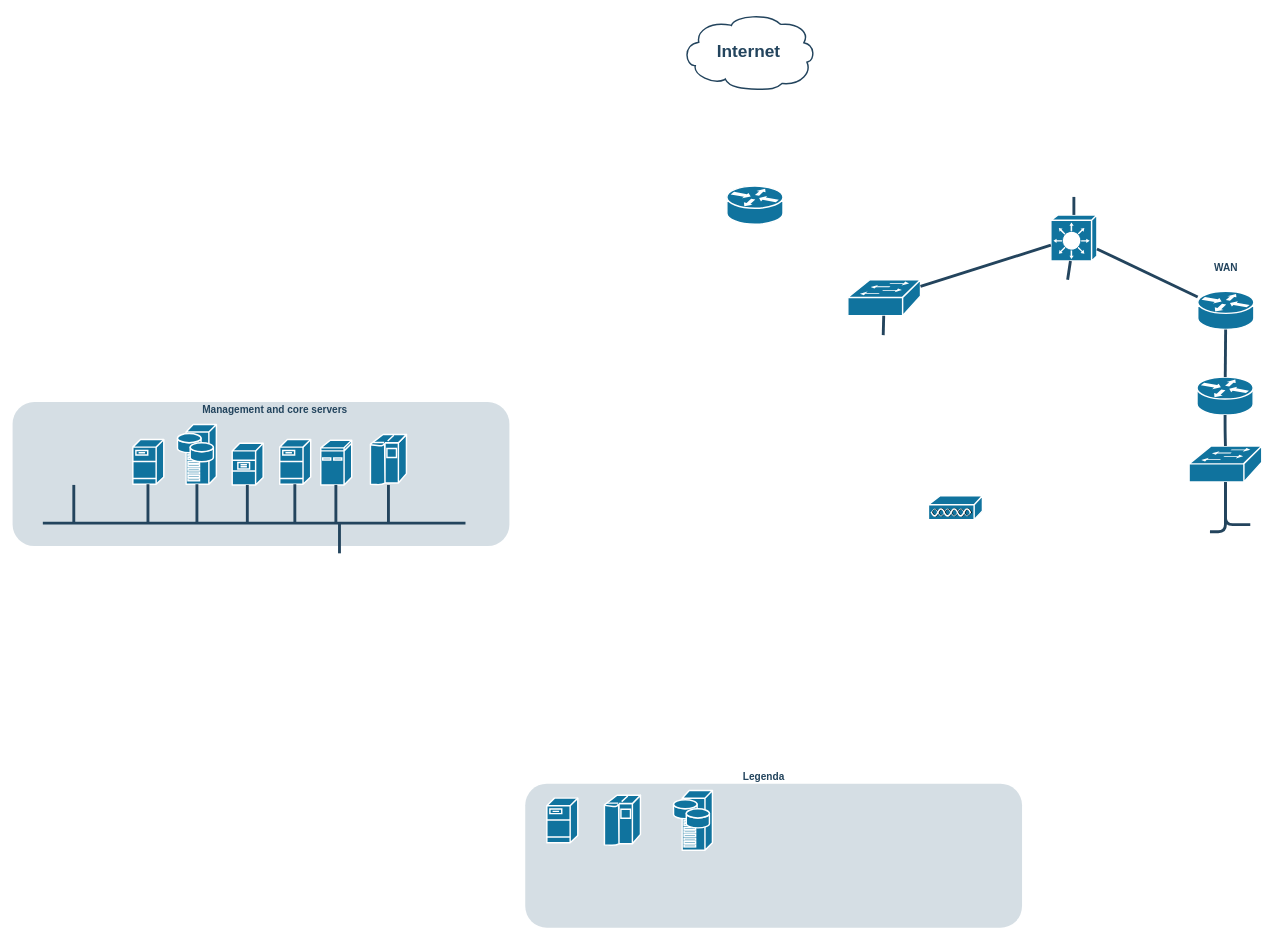
Dek-T1995/Draw.io-network-code-diagrams keeps this draw.io diagram as Diagram zonder titel.drawio. Above is the earlier version. Source tidied: cells renumbered, new cells numbered last; positions are measured from the earlier drawing's top-left corner, leaving out a move shared by most shapes. Both pictures are drawn from the tidied source at 72%, with x=0, y=0 at pixel (12, 13).
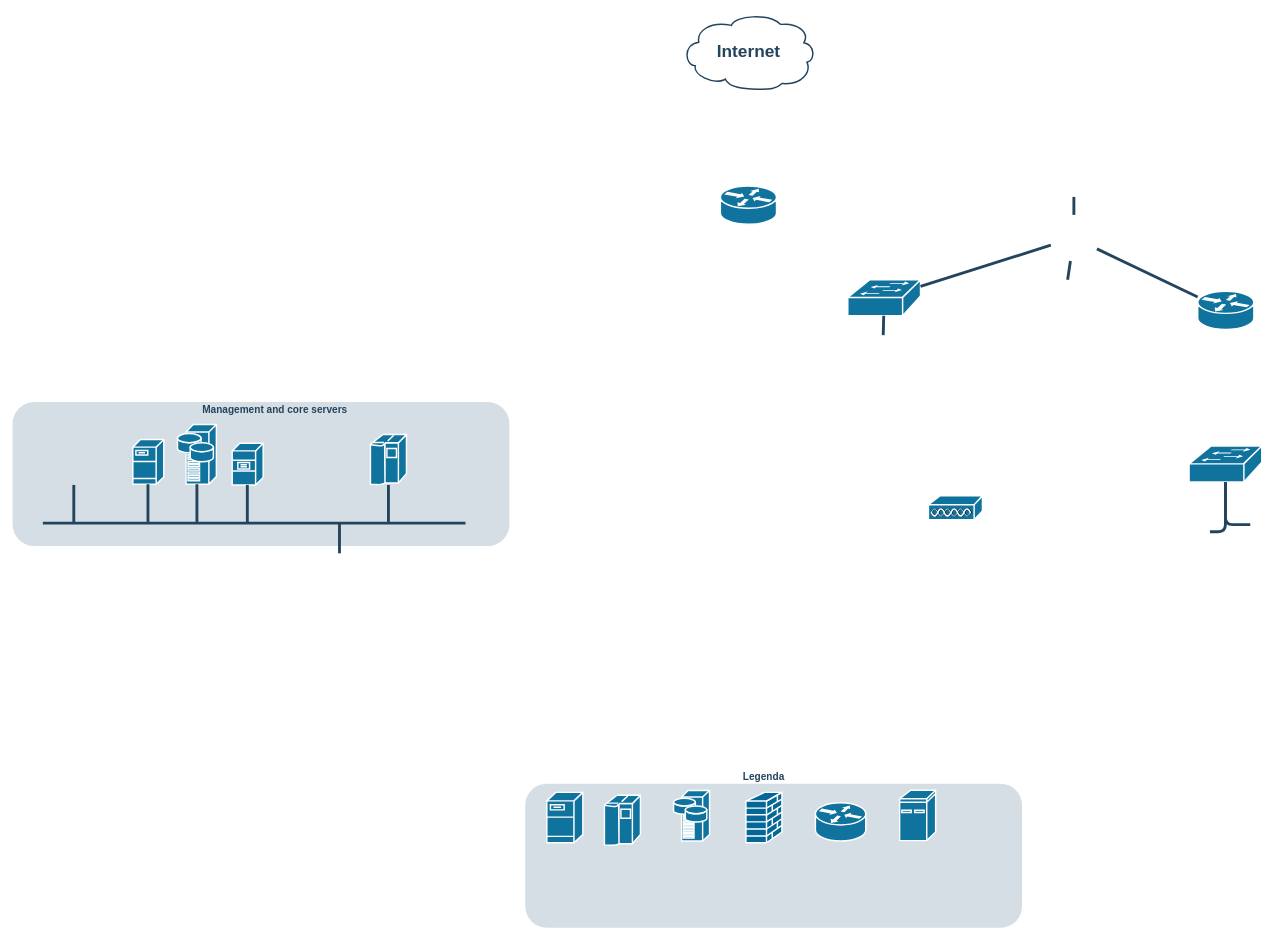
After the change.

The change refers to these unchanged cells:
```xml
<mxCell id="15" style="shape=mxgraph.cisco.switches.workgroup_switch;html=1;dashed=0;fillColor=#10739E;strokeColor=#ffffff;strokeWidth=2;verticalLabelPosition=bottom;verticalAlign=top;fontFamily=Helvetica;fontSize=36;fontColor=#FFB366;" parent="1" vertex="1">
  <mxGeometry x="1160" y="370" width="101" height="50" as="geometry" />
</mxCell>
<mxCell id="16" style="shape=mxgraph.cisco.routers.router;html=1;dashed=0;fillColor=#10739E;strokeColor=#ffffff;strokeWidth=2;verticalLabelPosition=bottom;verticalAlign=top;fontFamily=Helvetica;fontSize=36;fontColor=#FFB366;" parent="1" vertex="1">
  <mxGeometry x="1646" y="386" width="78" height="53" as="geometry" />
</mxCell>
<mxCell id="18" style="shape=mxgraph.cisco.switches.workgroup_switch;html=1;dashed=0;fillColor=#10739E;strokeColor=#ffffff;strokeWidth=2;verticalLabelPosition=bottom;verticalAlign=top;fontFamily=Helvetica;fontSize=36;fontColor=#FFB366;" parent="1" vertex="1">
  <mxGeometry x="1634" y="601" width="101" height="50" as="geometry" />
</mxCell>
```

Diff of the diagram source:
```diff
@@
-    <mxCell id="5" style="shape=mxgraph.cisco.servers.fileserver;html=1;dashed=0;fillColor=#10739E;strokeColor=#ffffff;strokeWidth=2;verticalLabelPosition=bottom;verticalAlign=top;fontFamily=Helvetica;fontSize=36;fontColor=#FFB366;" parent="1" vertex="1">
-      <mxGeometry x="371" y="592" width="43" height="62" as="geometry" />
-    </mxCell>
@@
     <mxCell id="8" style="shape=mxgraph.cisco.computers_and_peripherals.ibm_mini_as400;html=1;dashed=0;fillColor=#10739E;strokeColor=#ffffff;strokeWidth=2;verticalLabelPosition=bottom;verticalAlign=top;fontFamily=Helvetica;fontSize=36;fontColor=#FFB366;" parent="1" vertex="1">
-      <mxGeometry x="428" y="593" width="43" height="62" as="geometry" />
+      <mxGeometry x="1232" y="1079" width="50" height="70" as="geometry" />
     </mxCell>
@@
     <mxCell id="10" style="shape=mxgraph.cisco.servers.fileserver;html=1;dashed=0;fillColor=#10739E;strokeColor=#ffffff;strokeWidth=2;verticalLabelPosition=bottom;verticalAlign=top;fontFamily=Helvetica;fontSize=36;fontColor=#FFB366;" parent="1" vertex="1">
-      <mxGeometry x="742" y="1090" width="43" height="62" as="geometry" />
+      <mxGeometry x="742" y="1082" width="50" height="70" as="geometry" />
     </mxCell>
@@
     <mxCell id="12" style="shape=mxgraph.cisco.servers.storage_server;html=1;dashed=0;fillColor=#10739E;strokeColor=#ffffff;strokeWidth=2;verticalLabelPosition=bottom;verticalAlign=top;fontFamily=Helvetica;fontSize=36;fontColor=#FFB366;" parent="1" vertex="1">
-      <mxGeometry x="918" y="1079.5" width="54" height="83" as="geometry" />
+      <mxGeometry x="918" y="1079.5" width="50" height="70" as="geometry" />
     </mxCell>
@@
-    <mxCell id="14" style="shape=mxgraph.cisco.switches.layer_3_switch;html=1;dashed=0;fillColor=#10739E;strokeColor=#ffffff;strokeWidth=2;verticalLabelPosition=bottom;verticalAlign=top;fontFamily=Helvetica;fontSize=36;fontColor=#FFB366;" parent="1" vertex="1">
-      <mxGeometry x="1442" y="280" width="64" height="64" as="geometry" />
-    </mxCell>
@@
     <mxCell id="17" style="shape=mxgraph.cisco.routers.router;html=1;dashed=0;fillColor=#10739E;strokeColor=#ffffff;strokeWidth=2;verticalLabelPosition=bottom;verticalAlign=top;fontFamily=Helvetica;fontSize=36;fontColor=#FFB366;" parent="1" vertex="1">
-      <mxGeometry x="1645" y="505" width="78" height="53" as="geometry" />
+      <mxGeometry x="1115" y="1096.5" width="70" height="53" as="geometry" />
     </mxCell>
@@
     <mxCell id="19" style="shape=mxgraph.cisco.routers.router;html=1;dashed=0;fillColor=#10739E;strokeColor=#ffffff;strokeWidth=2;verticalLabelPosition=bottom;verticalAlign=top;fontFamily=Helvetica;fontSize=36;fontColor=#FFB366;" parent="1" vertex="1">
-      <mxGeometry x="992" y="240" width="78" height="53" as="geometry" />
+      <mxGeometry x="983" y="240" width="78" height="53" as="geometry" />
     </mxCell>
@@
-    <mxCell id="23" style="edgeStyle=elbowEdgeStyle;elbow=horizontal;endArrow=none;html=1;strokeColor=#23445D;endFill=0;strokeWidth=4;rounded=1;" parent="1" edge="1" target="8">
-      <mxGeometry relative="1" as="geometry">
-        <mxPoint x="449" y="708" as="sourcePoint" />
-      </mxGeometry>
-    </mxCell>
-    <mxCell id="24" style="edgeStyle=elbowEdgeStyle;elbow=horizontal;endArrow=none;html=1;strokeColor=#23445D;endFill=0;strokeWidth=4;rounded=1;" parent="1" edge="1" target="5">
-      <mxGeometry relative="1" as="geometry">
-        <mxPoint x="392" y="707" as="sourcePoint" />
-      </mxGeometry>
-    </mxCell>
@@
-    <mxCell id="30" style="edgeStyle=none;rounded=1;html=1;strokeColor=#23445D;endArrow=none;endFill=0;strokeWidth=4;" parent="1" edge="1" source="14" target="15">
-      <mxGeometry relative="1" as="geometry" />
+    <mxCell id="30" style="edgeStyle=none;rounded=1;html=1;strokeColor=#23445D;endArrow=none;endFill=0;strokeWidth=4;" parent="1" edge="1" target="15">
+      <mxGeometry relative="1" as="geometry">
+        <mxPoint x="1442" y="322.1" as="sourcePoint" />
+      </mxGeometry>
     </mxCell>
-    <mxCell id="31" style="edgeStyle=none;rounded=1;html=1;strokeColor=#23445D;endArrow=none;endFill=0;strokeWidth=4;" parent="1" edge="1" source="14">
+    <mxCell id="31" style="edgeStyle=none;rounded=1;html=1;strokeColor=#23445D;endArrow=none;endFill=0;strokeWidth=4;" parent="1" edge="1">
       <mxGeometry relative="1" as="geometry">
+        <mxPoint x="1469.2" y="344" as="sourcePoint" />
         <mxPoint x="1465.3" y="370" as="targetPoint" />
       </mxGeometry>
     </mxCell>
-    <mxCell id="32" style="edgeStyle=none;rounded=1;html=1;strokeColor=#23445D;endArrow=none;endFill=0;strokeWidth=4;" parent="1" edge="1" source="14" target="16">
-      <mxGeometry relative="1" as="geometry" />
+    <mxCell id="32" style="edgeStyle=none;rounded=1;html=1;strokeColor=#23445D;endArrow=none;endFill=0;strokeWidth=4;" parent="1" edge="1" target="16">
+      <mxGeometry relative="1" as="geometry">
+        <mxPoint x="1506" y="327.2" as="sourcePoint" />
+      </mxGeometry>
     </mxCell>
-    <mxCell id="33" style="edgeStyle=elbowEdgeStyle;elbow=horizontal;endArrow=none;html=1;strokeColor=#23445D;endFill=0;strokeWidth=4;rounded=1;" parent="1" edge="1" target="14">
+    <mxCell id="33" style="edgeStyle=elbowEdgeStyle;elbow=horizontal;endArrow=none;html=1;strokeColor=#23445D;endFill=0;strokeWidth=4;rounded=1;" parent="1" edge="1">
       <mxGeometry relative="1" as="geometry">
         <mxPoint x="1474" y="255" as="sourcePoint" />
+        <mxPoint x="1474.5" y="280" as="targetPoint" />
       </mxGeometry>
     </mxCell>
@@
-    <mxCell id="35" style="rounded=1;html=1;strokeColor=#23445D;endArrow=none;endFill=0;strokeWidth=4;" parent="1" edge="1" source="16" target="17">
-      <mxGeometry relative="1" as="geometry" />
-    </mxCell>
-    <mxCell id="36" style="edgeStyle=orthogonalEdgeStyle;rounded=1;html=1;strokeColor=#23445D;endArrow=none;endFill=0;strokeWidth=4;" parent="1" edge="1" source="17" target="18">
-      <mxGeometry relative="1" as="geometry" />
-    </mxCell>
@@
-    <mxCell id="41" value="&lt;font color=&quot;#23445d&quot;&gt;WAN&lt;/font&gt;" style="rounded=1;whiteSpace=wrap;html=1;strokeColor=none;fillColor=none;fontSize=14;fontColor=#742B21;align=center;fontStyle=1;" parent="1" vertex="1">
-      <mxGeometry x="1649" y="344" width="73" height="19" as="geometry" />
-    </mxCell>
+    <mxCell id="42" style="shape=mxgraph.cisco.security.firewall;sketch=0;html=1;dashed=0;fillColor=#036897;strokeColor=#ffffff;strokeWidth=2;verticalLabelPosition=bottom;verticalAlign=top;align=center;" parent="1" vertex="1">
+      <mxGeometry x="1018.5" y="1082" width="50" height="70" as="geometry" />
+    </mxCell>
```
